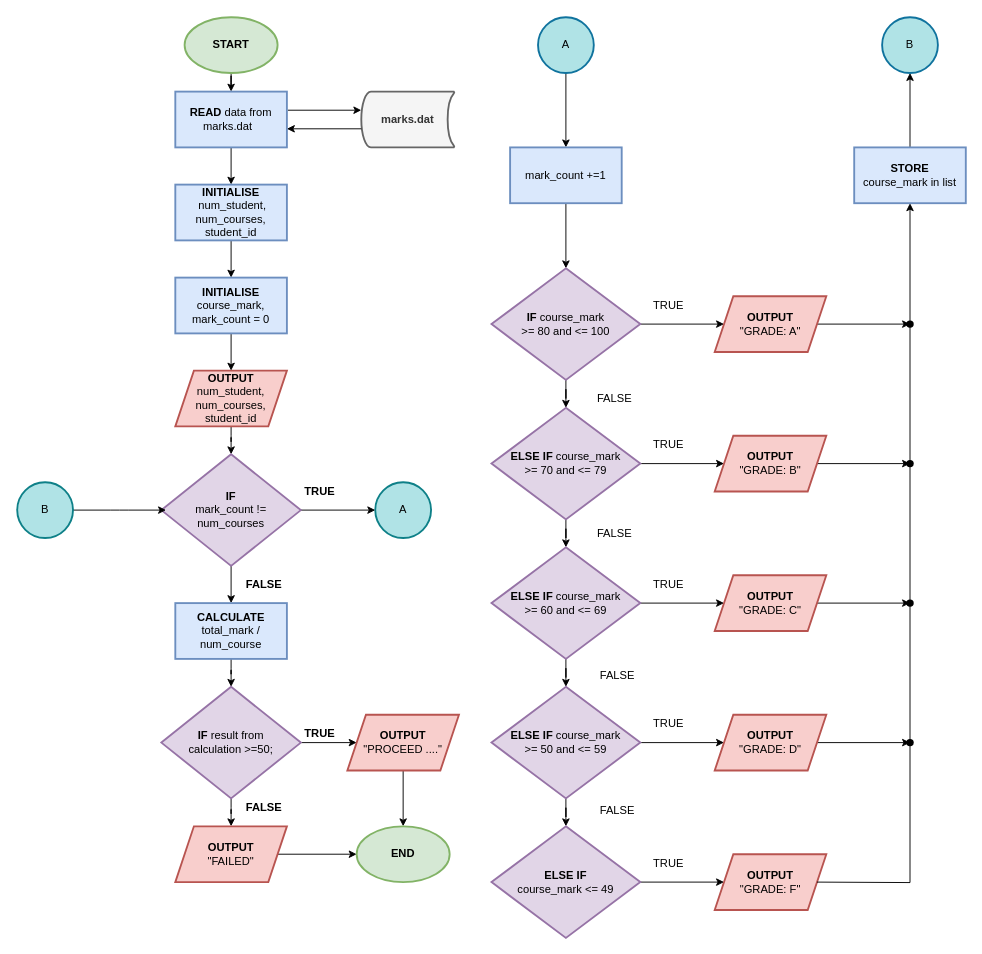
erwanfadlys/OUM_Final keeps this draw.io diagram as page "MainFunc" (1 of 2) of Untitled Diagram.drawio. Above is the earlier version. Source tidied: cells renumbered, new cells numbered last; positions are measured from the earlier drawing's top-left corner, leaving out a move shared by most shapes. Both pictures are drawn from the tidied source at 93%, with x=0, y=0 at pixel (17, 17).
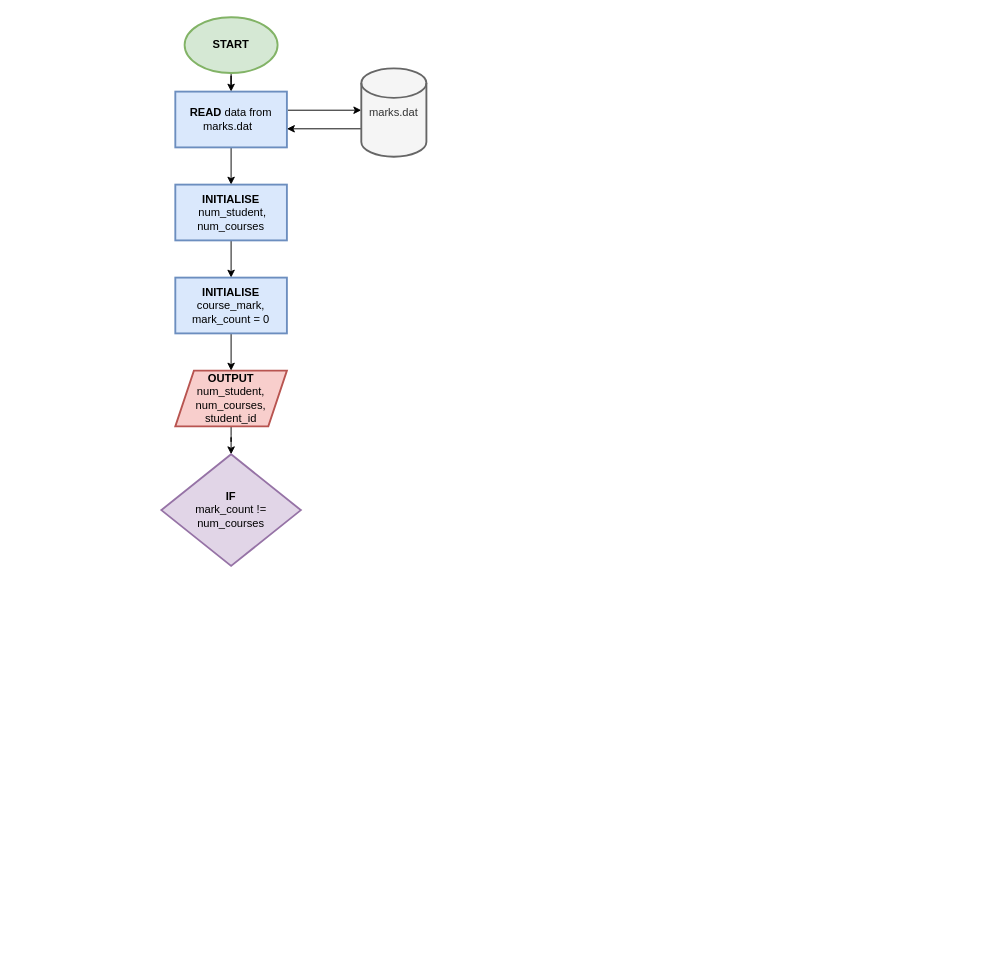
Above is the later version.

The change refers to these unchanged cells:
```xml
<mxCell id="18" value="&lt;b&gt;IF&lt;/b&gt;&lt;br&gt;mark_count != num_courses" style="rhombus;whiteSpace=wrap;html=1;strokeWidth=2;fillColor=#e1d5e7;strokeColor=#9673a6;" parent="1" vertex="1">
  <mxGeometry x="155" y="470" width="150" height="120" as="geometry" />
</mxCell>
```

Change to the diagram source:
```diff
@@
-    <mxCell id="2" value="&lt;b&gt;marks.dat&lt;/b&gt;" style="strokeWidth=2;html=1;shape=mxgraph.flowchart.stored_data;whiteSpace=wrap;fillColor=#f5f5f5;strokeColor=#666666;fontColor=#333333;" parent="1" vertex="1">
-      <mxGeometry x="370" y="80" width="100" height="60" as="geometry" />
-    </mxCell>
@@
-    <mxCell id="5" style="edgeStyle=orthogonalEdgeStyle;jettySize=auto;html=1;" parent="1" edge="1" target="2">
+    <mxCell id="5" style="edgeStyle=orthogonalEdgeStyle;orthogonalLoop=1;jettySize=auto;html=1;" parent="1" edge="1">
       <mxGeometry relative="1" as="geometry">
         <mxPoint x="291" y="100" as="sourcePoint" />
+        <mxPoint x="370" y="100" as="targetPoint" />
         <Array as="points">
           <mxPoint x="291" y="100" />
         </Array>
       </mxGeometry>
     </mxCell>
@@
-    <mxCell id="8" style="edgeStyle=orthogonalEdgeStyle;jettySize=auto;html=1;" parent="1" edge="1" source="2">
+    <mxCell id="8" style="edgeStyle=orthogonalEdgeStyle;orthogonalLoop=1;jettySize=auto;html=1;" parent="1" edge="1">
       <mxGeometry relative="1" as="geometry">
+        <mxPoint x="370" y="120" as="sourcePoint" />
         <mxPoint x="290" y="120" as="targetPoint" />
         <Array as="points">
           <mxPoint x="290" y="120" />
         </Array>
       </mxGeometry>
     </mxCell>
@@
-    <mxCell id="10" value="&lt;b&gt;INITIALISE&lt;/b&gt; &amp;nbsp;num_student,&lt;br&gt;num_courses, student_id" style="whiteSpace=wrap;html=1;strokeWidth=2;fillColor=#dae8fc;strokeColor=#6c8ebf;" parent="1" vertex="1">
+    <mxCell id="10" value="&lt;b&gt;INITIALISE&lt;/b&gt; &amp;nbsp;num_student,&lt;br&gt;num_courses" style="whiteSpace=wrap;html=1;strokeWidth=2;fillColor=#dae8fc;strokeColor=#6c8ebf;" parent="1" vertex="1">
       <mxGeometry x="170" y="180" width="120" height="60" as="geometry" />
     </mxCell>
@@
-    <mxCell id="15" value="A" style="strokeWidth=2;html=1;shape=mxgraph.flowchart.start_2;whiteSpace=wrap;fillColor=#B0E3E6;strokeColor=#0e8088;" parent="1" vertex="1">
-      <mxGeometry x="385" y="500" width="60" height="60" as="geometry" />
-    </mxCell>
-    <mxCell id="16" style="edgeStyle=orthogonalEdgeStyle;jettySize=auto;html=1;exitX=1;exitY=0.5;exitDx=0;exitDy=0;" parent="1" edge="1" source="18" target="15">
-      <mxGeometry relative="1" as="geometry" />
-    </mxCell>
-    <mxCell id="17" style="edgeStyle=orthogonalEdgeStyle;jettySize=auto;html=1;" parent="1" edge="1" source="18" target="21">
-      <mxGeometry relative="1" as="geometry" />
-    </mxCell>
@@
-    <mxCell id="19" value="TRUE" style="text;html=1;align=center;verticalAlign=middle;strokeColor=none;fillColor=none;fontStyle=1;" parent="1" vertex="1">
-      <mxGeometry x="300" y="500" width="50" height="20" as="geometry" />
-    </mxCell>
-    <mxCell id="20" style="edgeStyle=orthogonalEdgeStyle;jettySize=auto;html=1;" parent="1" edge="1" source="21" target="27">
-      <mxGeometry relative="1" as="geometry" />
-    </mxCell>
-    <mxCell id="21" value="&lt;b&gt;CALCULATE&lt;/b&gt; total_mark / num_course" style="whiteSpace=wrap;html=1;strokeWidth=2;fillColor=#dae8fc;strokeColor=#6c8ebf;" parent="1" vertex="1">
-      <mxGeometry x="170" y="630" width="120" height="60" as="geometry" />
-    </mxCell>
-    <mxCell id="22" style="edgeStyle=orthogonalEdgeStyle;jettySize=auto;html=1;" parent="1" edge="1" source="23">
-      <mxGeometry relative="1" as="geometry">
-        <mxPoint x="160" y="530" as="targetPoint" />
-      </mxGeometry>
-    </mxCell>
-    <mxCell id="23" value="B" style="strokeWidth=2;html=1;shape=mxgraph.flowchart.start_2;whiteSpace=wrap;fillColor=#B0E3E6;strokeColor=#0e8088;" parent="1" vertex="1">
-      <mxGeometry y="500" width="60" height="60" as="geometry" />
-    </mxCell>
-    <mxCell id="24" value="FALSE" style="text;html=1;align=center;verticalAlign=middle;strokeColor=none;fillColor=none;fontStyle=1;" parent="1" vertex="1">
-      <mxGeometry x="240" y="600" width="50" height="20" as="geometry" />
-    </mxCell>
-    <mxCell id="25" style="edgeStyle=orthogonalEdgeStyle;jettySize=auto;html=1;" parent="1" edge="1" source="27" target="29">
-      <mxGeometry relative="1" as="geometry" />
-    </mxCell>
-    <mxCell id="26" style="edgeStyle=orthogonalEdgeStyle;jettySize=auto;html=1;" parent="1" edge="1" source="27" target="32">
-      <mxGeometry relative="1" as="geometry" />
-    </mxCell>
-    <mxCell id="27" value="&lt;b&gt;IF &lt;/b&gt;result from &lt;br&gt;calculation &amp;gt;=50;" style="rhombus;whiteSpace=wrap;html=1;strokeWidth=2;fillColor=#e1d5e7;strokeColor=#9673a6;" parent="1" vertex="1">
-      <mxGeometry x="155" y="720" width="150" height="120" as="geometry" />
-    </mxCell>
-    <mxCell id="28" style="edgeStyle=orthogonalEdgeStyle;rounded=0;jettySize=auto;html=1;" parent="1" edge="1" source="29" target="34">
-      <mxGeometry relative="1" as="geometry" />
-    </mxCell>
-    <mxCell id="29" value="&lt;b&gt;OUTPUT&lt;/b&gt;&lt;br&gt;&quot;PROCEED ....&quot;" style="shape=parallelogram;perimeter=parallelogramPerimeter;whiteSpace=wrap;html=1;fixedSize=1;strokeWidth=2;fillColor=#f8cecc;strokeColor=#b85450;" parent="1" vertex="1">
-      <mxGeometry x="355" y="750" width="120" height="60" as="geometry" />
-    </mxCell>
-    <mxCell id="30" value="TRUE" style="text;html=1;align=center;verticalAlign=middle;strokeColor=none;fillColor=none;fontStyle=1;" parent="1" vertex="1">
-      <mxGeometry x="300" y="760" width="50" height="20" as="geometry" />
-    </mxCell>
-    <mxCell id="31" style="edgeStyle=orthogonalEdgeStyle;rounded=0;jettySize=auto;html=1;" parent="1" edge="1" source="32" target="34">
-      <mxGeometry relative="1" as="geometry" />
-    </mxCell>
-    <mxCell id="32" value="&lt;b&gt;OUTPUT&lt;/b&gt;&lt;br&gt;&quot;FAILED&quot;" style="shape=parallelogram;perimeter=parallelogramPerimeter;whiteSpace=wrap;html=1;fixedSize=1;strokeWidth=2;fillColor=#f8cecc;strokeColor=#b85450;" parent="1" vertex="1">
-      <mxGeometry x="170" y="870" width="120" height="60" as="geometry" />
-    </mxCell>
-    <mxCell id="33" value="FALSE" style="text;html=1;align=center;verticalAlign=middle;strokeColor=none;fillColor=none;fontStyle=1;" parent="1" vertex="1">
-      <mxGeometry x="240" y="840" width="50" height="20" as="geometry" />
-    </mxCell>
-    <mxCell id="34" value="&lt;b&gt;END&lt;/b&gt;" style="strokeWidth=2;html=1;shape=mxgraph.flowchart.start_1;whiteSpace=wrap;fillColor=#d5e8d4;strokeColor=#82b366;" parent="1" vertex="1">
-      <mxGeometry x="365" y="870" width="100" height="60" as="geometry" />
-    </mxCell>
-    <mxCell id="35" style="edgeStyle=orthogonalEdgeStyle;rounded=0;jettySize=auto;html=1;" parent="1" edge="1" source="36" target="38">
-      <mxGeometry relative="1" as="geometry" />
-    </mxCell>
-    <mxCell id="36" value="A" style="strokeWidth=2;html=1;shape=mxgraph.flowchart.start_2;whiteSpace=wrap;fillColor=#B0E3E6;strokeColor=#10739e;" parent="1" vertex="1">
-      <mxGeometry x="560" width="60" height="60" as="geometry" />
-    </mxCell>
-    <mxCell id="37" style="edgeStyle=orthogonalEdgeStyle;rounded=0;jettySize=auto;html=1;" parent="1" edge="1" source="38" target="41">
-      <mxGeometry relative="1" as="geometry" />
-    </mxCell>
-    <mxCell id="38" value="mark_count +=1" style="whiteSpace=wrap;html=1;strokeWidth=2;fillColor=#dae8fc;strokeColor=#6c8ebf;" parent="1" vertex="1">
-      <mxGeometry x="530" y="140" width="120" height="60" as="geometry" />
-    </mxCell>
-    <mxCell id="39" style="edgeStyle=orthogonalEdgeStyle;rounded=0;jettySize=auto;html=1;" parent="1" edge="1" source="41" target="43">
-      <mxGeometry relative="1" as="geometry" />
-    </mxCell>
-    <mxCell id="40" style="edgeStyle=orthogonalEdgeStyle;rounded=0;jettySize=auto;html=1;" parent="1" edge="1" source="41" target="46">
-      <mxGeometry relative="1" as="geometry" />
-    </mxCell>
-    <mxCell id="41" value="&lt;b&gt;IF&lt;/b&gt; course_mark &lt;br&gt;&amp;gt;= 80&amp;nbsp;and &amp;lt;= 100" style="rhombus;whiteSpace=wrap;html=1;strokeWidth=2;fillColor=#e1d5e7;strokeColor=#9673a6;" parent="1" vertex="1">
-      <mxGeometry x="510" y="270" width="160" height="120" as="geometry" />
-    </mxCell>
-    <mxCell id="42" style="edgeStyle=orthogonalEdgeStyle;rounded=0;jettySize=auto;html=1;" parent="1" edge="1" source="43" target="70">
-      <mxGeometry relative="1" as="geometry" />
-    </mxCell>
-    <mxCell id="43" value="&lt;b&gt;OUTPUT&lt;/b&gt;&lt;br&gt;&quot;GRADE: A&quot;" style="shape=parallelogram;perimeter=parallelogramPerimeter;whiteSpace=wrap;html=1;fixedSize=1;strokeWidth=2;fillColor=#f8cecc;strokeColor=#b85450;" parent="1" vertex="1">
-      <mxGeometry x="750" y="300" width="120" height="60" as="geometry" />
-    </mxCell>
-    <mxCell id="44" style="edgeStyle=orthogonalEdgeStyle;rounded=0;jettySize=auto;html=1;" parent="1" edge="1" source="46" target="48">
-      <mxGeometry relative="1" as="geometry" />
-    </mxCell>
-    <mxCell id="45" style="edgeStyle=orthogonalEdgeStyle;rounded=0;jettySize=auto;html=1;" parent="1" edge="1" source="46" target="51">
-      <mxGeometry relative="1" as="geometry" />
-    </mxCell>
-    <mxCell id="46" value="&lt;b&gt;ELSE IF &lt;/b&gt;course_mark &lt;br&gt;&amp;gt;= 70&amp;nbsp;and &amp;lt;= 79" style="rhombus;whiteSpace=wrap;html=1;strokeWidth=2;fillColor=#e1d5e7;strokeColor=#9673a6;" parent="1" vertex="1">
-      <mxGeometry x="510" y="420" width="160" height="120" as="geometry" />
-    </mxCell>
-    <mxCell id="47" style="edgeStyle=orthogonalEdgeStyle;rounded=0;jettySize=auto;html=1;" parent="1" edge="1" source="48" target="68">
-      <mxGeometry relative="1" as="geometry" />
-    </mxCell>
-    <mxCell id="48" value="&lt;b&gt;OUTPUT&lt;/b&gt;&lt;br&gt;&quot;GRADE: B&quot;" style="shape=parallelogram;perimeter=parallelogramPerimeter;whiteSpace=wrap;html=1;fixedSize=1;strokeWidth=2;fillColor=#f8cecc;strokeColor=#b85450;" parent="1" vertex="1">
-      <mxGeometry x="750" y="450" width="120" height="60" as="geometry" />
-    </mxCell>
-    <mxCell id="49" style="edgeStyle=orthogonalEdgeStyle;rounded=0;jettySize=auto;html=1;" parent="1" edge="1" source="51" target="53">
-      <mxGeometry relative="1" as="geometry" />
-    </mxCell>
-    <mxCell id="50" style="edgeStyle=orthogonalEdgeStyle;rounded=0;jettySize=auto;html=1;" parent="1" edge="1" source="51" target="56">
-      <mxGeometry relative="1" as="geometry" />
-    </mxCell>
-    <mxCell id="51" value="&lt;b&gt;ELSE&amp;nbsp;IF &lt;/b&gt;course_mark &lt;br&gt;&amp;gt;= 60&amp;nbsp;and &amp;lt;= 69" style="rhombus;whiteSpace=wrap;html=1;strokeWidth=2;fillColor=#e1d5e7;strokeColor=#9673a6;" parent="1" vertex="1">
-      <mxGeometry x="510" y="570" width="160" height="120" as="geometry" />
-    </mxCell>
-    <mxCell id="52" style="edgeStyle=orthogonalEdgeStyle;rounded=0;jettySize=auto;html=1;" parent="1" edge="1" source="53" target="66">
-      <mxGeometry relative="1" as="geometry" />
-    </mxCell>
-    <mxCell id="53" value="&lt;b&gt;OUTPUT&lt;/b&gt;&lt;br&gt;&quot;GRADE: C&quot;" style="shape=parallelogram;perimeter=parallelogramPerimeter;whiteSpace=wrap;html=1;fixedSize=1;strokeWidth=2;fillColor=#f8cecc;strokeColor=#b85450;" parent="1" vertex="1">
-      <mxGeometry x="750" y="600" width="120" height="60" as="geometry" />
-    </mxCell>
-    <mxCell id="54" style="edgeStyle=orthogonalEdgeStyle;rounded=0;jettySize=auto;html=1;" parent="1" edge="1" source="56" target="58">
-      <mxGeometry relative="1" as="geometry" />
-    </mxCell>
-    <mxCell id="55" style="edgeStyle=orthogonalEdgeStyle;rounded=0;jettySize=auto;html=1;" parent="1" edge="1" source="56" target="60">
-      <mxGeometry relative="1" as="geometry" />
-    </mxCell>
-    <mxCell id="56" value="&lt;b&gt;ELSE&amp;nbsp;IF &lt;/b&gt;course_mark &lt;br&gt;&amp;gt;= 50&amp;nbsp;and &amp;lt;= 59" style="rhombus;whiteSpace=wrap;html=1;strokeWidth=2;fillColor=#e1d5e7;strokeColor=#9673a6;" parent="1" vertex="1">
-      <mxGeometry x="510" y="720" width="160" height="120" as="geometry" />
-    </mxCell>
-    <mxCell id="57" style="edgeStyle=orthogonalEdgeStyle;rounded=0;jettySize=auto;html=1;" parent="1" edge="1" source="58" target="64">
-      <mxGeometry relative="1" as="geometry" />
-    </mxCell>
-    <mxCell id="58" value="&lt;b&gt;OUTPUT&lt;br&gt;&lt;/b&gt;&quot;GRADE: D&quot;" style="shape=parallelogram;perimeter=parallelogramPerimeter;whiteSpace=wrap;html=1;fixedSize=1;strokeWidth=2;fillColor=#f8cecc;strokeColor=#b85450;" parent="1" vertex="1">
-      <mxGeometry x="750" y="750" width="120" height="60" as="geometry" />
-    </mxCell>
-    <mxCell id="59" style="edgeStyle=orthogonalEdgeStyle;rounded=0;jettySize=auto;html=1;" parent="1" edge="1" source="60" target="62">
-      <mxGeometry relative="1" as="geometry" />
-    </mxCell>
-    <mxCell id="60" value="&lt;b&gt;ELSE&amp;nbsp;IF&lt;/b&gt; &lt;br&gt;course_mark &amp;lt;=&amp;nbsp;49" style="rhombus;whiteSpace=wrap;html=1;strokeWidth=2;fillColor=#e1d5e7;strokeColor=#9673a6;" parent="1" vertex="1">
-      <mxGeometry x="510" y="870" width="160" height="120" as="geometry" />
-    </mxCell>
-    <mxCell id="61" style="edgeStyle=orthogonalEdgeStyle;rounded=0;jettySize=auto;html=1;startArrow=none;entryX=0.5;entryY=1;entryDx=0;entryDy=0;" parent="1" edge="1" source="70" target="82">
-      <mxGeometry relative="1" as="geometry" />
-    </mxCell>
-    <mxCell id="62" value="&lt;b&gt;OUTPUT&lt;/b&gt;&lt;br&gt;&quot;GRADE: F&quot;" style="shape=parallelogram;perimeter=parallelogramPerimeter;whiteSpace=wrap;html=1;fixedSize=1;strokeWidth=2;fillColor=#f8cecc;strokeColor=#b85450;" parent="1" vertex="1">
-      <mxGeometry x="750" y="900" width="120" height="60" as="geometry" />
-    </mxCell>
-    <mxCell id="63" value="B" style="strokeWidth=2;html=1;shape=mxgraph.flowchart.start_2;whiteSpace=wrap;fillColor=#B0E3E6;strokeColor=#10739e;" parent="1" vertex="1">
-      <mxGeometry x="930" width="60" height="60" as="geometry" />
-    </mxCell>
-    <mxCell id="64" style="shape=waypoint;size=6;points=[];fillColor=#ffffff;perimeter=centerPerimeter;snapToPoint=1;strokeWidth=2;" parent="1" vertex="1">
-      <mxGeometry x="940" y="760" width="40" height="40" as="geometry" />
-    </mxCell>
-    <mxCell id="65" style="edgeStyle=orthogonalEdgeStyle;rounded=0;jettySize=auto;html=1;endArrow=none;" parent="1" edge="1" target="64">
-      <mxGeometry relative="1" as="geometry">
-        <mxPoint x="860" y="930" as="sourcePoint" />
-      </mxGeometry>
-    </mxCell>
-    <mxCell id="66" style="shape=waypoint;size=6;points=[];fillColor=#ffffff;perimeter=centerPerimeter;snapToPoint=1;strokeWidth=2;" parent="1" vertex="1">
-      <mxGeometry x="940" y="610" width="40" height="40" as="geometry" />
-    </mxCell>
-    <mxCell id="67" style="edgeStyle=orthogonalEdgeStyle;rounded=0;jettySize=auto;html=1;startArrow=none;endArrow=none;" parent="1" edge="1" source="64" target="66">
-      <mxGeometry relative="1" as="geometry" />
-    </mxCell>
-    <mxCell id="68" style="shape=waypoint;size=6;points=[];fillColor=#ffffff;perimeter=centerPerimeter;snapToPoint=1;strokeWidth=2;" parent="1" vertex="1">
-      <mxGeometry x="940" y="460" width="40" height="40" as="geometry" />
-    </mxCell>
-    <mxCell id="69" style="edgeStyle=orthogonalEdgeStyle;rounded=0;jettySize=auto;html=1;startArrow=none;endArrow=none;" parent="1" edge="1" source="66" target="68">
-      <mxGeometry relative="1" as="geometry" />
-    </mxCell>
-    <mxCell id="70" style="shape=waypoint;size=6;points=[];fillColor=#ffffff;perimeter=centerPerimeter;snapToPoint=1;strokeWidth=2;" parent="1" vertex="1">
-      <mxGeometry x="940" y="310" width="40" height="40" as="geometry" />
-    </mxCell>
-    <mxCell id="71" style="edgeStyle=orthogonalEdgeStyle;rounded=0;jettySize=auto;html=1;startArrow=none;endArrow=none;" parent="1" edge="1" source="68" target="70">
-      <mxGeometry relative="1" as="geometry" />
-    </mxCell>
-    <mxCell id="72" value="FALSE" style="text;html=1;align=center;verticalAlign=middle;strokeColor=none;fillColor=none;" parent="1" vertex="1">
-      <mxGeometry x="617" y="400" width="50" height="20" as="geometry" />
-    </mxCell>
-    <mxCell id="73" value="TRUE" style="text;html=1;align=center;verticalAlign=middle;strokeColor=none;fillColor=none;" parent="1" vertex="1">
-      <mxGeometry x="675" y="300" width="50" height="20" as="geometry" />
-    </mxCell>
-    <mxCell id="74" value="TRUE" style="text;html=1;align=center;verticalAlign=middle;strokeColor=none;fillColor=none;" parent="1" vertex="1">
-      <mxGeometry x="675" y="450" width="50" height="20" as="geometry" />
-    </mxCell>
-    <mxCell id="75" value="TRUE" style="text;html=1;align=center;verticalAlign=middle;strokeColor=none;fillColor=none;" parent="1" vertex="1">
-      <mxGeometry x="675" y="600" width="50" height="20" as="geometry" />
-    </mxCell>
-    <mxCell id="76" value="TRUE" style="text;html=1;align=center;verticalAlign=middle;strokeColor=none;fillColor=none;" parent="1" vertex="1">
-      <mxGeometry x="675" y="750" width="50" height="20" as="geometry" />
-    </mxCell>
-    <mxCell id="77" value="TRUE" style="text;html=1;align=center;verticalAlign=middle;strokeColor=none;fillColor=none;" parent="1" vertex="1">
-      <mxGeometry x="675" y="900" width="50" height="20" as="geometry" />
-    </mxCell>
-    <mxCell id="78" value="FALSE" style="text;html=1;align=center;verticalAlign=middle;strokeColor=none;fillColor=none;" parent="1" vertex="1">
-      <mxGeometry x="617" y="545" width="50" height="20" as="geometry" />
-    </mxCell>
-    <mxCell id="79" value="FALSE" style="text;html=1;align=center;verticalAlign=middle;strokeColor=none;fillColor=none;" parent="1" vertex="1">
-      <mxGeometry x="620" y="697.5" width="50" height="20" as="geometry" />
-    </mxCell>
-    <mxCell id="80" value="FALSE" style="text;html=1;align=center;verticalAlign=middle;strokeColor=none;fillColor=none;" parent="1" vertex="1">
-      <mxGeometry x="620" y="842.5" width="50" height="20" as="geometry" />
-    </mxCell>
-    <mxCell id="81" style="edgeStyle=orthogonalEdgeStyle;rounded=0;jettySize=auto;html=1;" parent="1" edge="1" source="82" target="63">
-      <mxGeometry relative="1" as="geometry" />
-    </mxCell>
-    <mxCell id="82" value="&lt;b&gt;STORE&lt;/b&gt; &lt;br&gt;course_mark in list" style="whiteSpace=wrap;html=1;strokeWidth=2;fillColor=#dae8fc;strokeColor=#6c8ebf;" parent="1" vertex="1">
-      <mxGeometry x="900" y="140" width="120" height="60" as="geometry" />
-    </mxCell>
+    <mxCell id="2" value="marks.dat" style="strokeWidth=2;html=1;shape=mxgraph.flowchart.database;whiteSpace=wrap;fillColor=#f5f5f5;strokeColor=#666666;fontColor=#333333;" parent="1" vertex="1">
+      <mxGeometry x="370" y="55" width="70" height="95" as="geometry" />
+    </mxCell>
```
